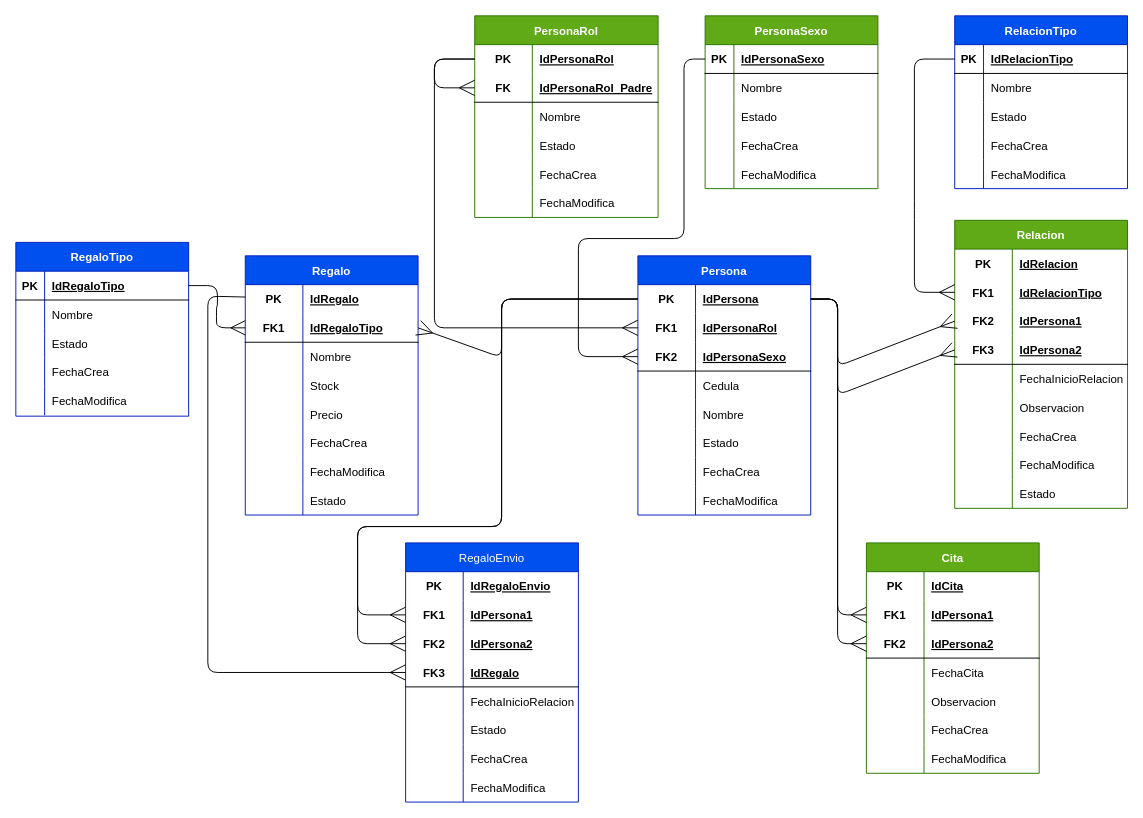
This is Grupo5_PoliTinder/design/Diagrama_database.drawio from EdisonV5329/Grupo5_CodeMasters, a draw.io file, before an edit. Source tidied: cells renumbered, new cells numbered last; positions are measured from the earlier drawing's top-left corner, leaving out a move shared by most shapes. Both pictures are drawn from the tidied source at 96%, with x=0, y=0 at pixel (15, 15).
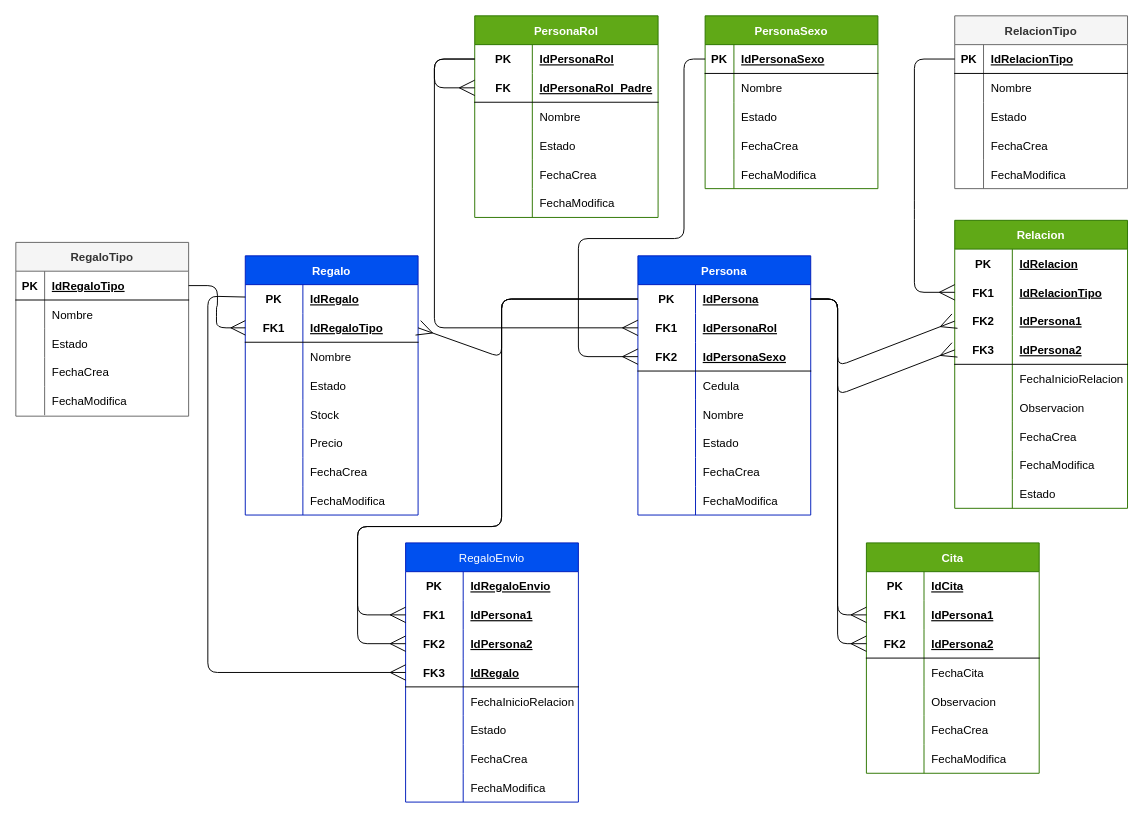
The same diagram, later.

Unchanged cells that the change refers to:
```xml
<mxCell id="28" style="shape=tableRow;horizontal=0;startSize=0;swimlaneHead=0;swimlaneBody=0;fillColor=none;top=0;left=0;right=0;bottom=0;strokeColor=#000000;fontColor=#000000;" parent="18" vertex="1">
  <mxGeometry y="120" width="180" height="30" as="geometry" />
</mxCell>
<mxCell id="31" style="shape=tableRow;horizontal=0;startSize=0;swimlaneHead=0;swimlaneBody=0;fillColor=none;top=0;left=0;right=0;bottom=0;strokeColor=#000000;fontColor=#000000;" parent="18" vertex="1">
  <mxGeometry y="150" width="180" height="30" as="geometry" />
</mxCell>
<mxCell id="34" style="shape=tableRow;horizontal=0;startSize=0;swimlaneHead=0;swimlaneBody=0;fillColor=none;top=0;left=0;right=0;bottom=0;strokeColor=#000000;fontColor=#000000;" parent="18" vertex="1">
  <mxGeometry y="180" width="180" height="30" as="geometry" />
</mxCell>
<mxCell id="37" style="shape=tableRow;horizontal=0;startSize=0;swimlaneHead=0;swimlaneBody=0;fillColor=none;top=0;left=0;right=0;bottom=0;strokeColor=#000000;fontColor=#000000;" parent="18" vertex="1">
  <mxGeometry y="210" width="180" height="30" as="geometry" />
</mxCell>
<mxCell id="40" style="shape=tableRow;horizontal=0;startSize=0;swimlaneHead=0;swimlaneBody=0;fillColor=none;top=0;left=0;right=0;bottom=0;strokeColor=#000000;fontColor=#000000;" parent="18" vertex="1">
  <mxGeometry y="240" width="180" height="30" as="geometry" />
</mxCell>
```

Diff of the diagram source:
```diff
@@
-    <mxCell id="2" value="RegaloTipo" style="shape=table;startSize=30;childLayout=tableLayout;rowLines=0;fontStyle=1;align=center;fillColor=#0050ef;strokeColor=#001DBC;fontColor=#ffffff;" parent="1" vertex="1">
+    <mxCell id="2" value="RegaloTipo" style="shape=table;startSize=30;childLayout=tableLayout;rowLines=0;fontStyle=1;align=center;fillColor=#f5f5f5;strokeColor=#666666;fontColor=#333333;" parent="1" vertex="1">
       <mxGeometry y="236" width="180" height="181" as="geometry" />
     </mxCell>
@@
-    <mxCell id="30" value="Stock" style="shape=partialRectangle;fillColor=none;top=0;left=0;bottom=0;right=0;align=left;spacingLeft=6;overflow=hidden;strokeColor=#000000;fontColor=#000000;" parent="28" vertex="1">
+    <mxCell id="30" value="Estado" style="shape=partialRectangle;fillColor=none;top=0;left=0;bottom=0;right=0;align=left;spacingLeft=6;overflow=hidden;strokeColor=#000000;fontColor=#000000;" parent="28" vertex="1">
       <mxGeometry x="60" width="120" height="30" as="geometry" />
     </mxCell>
@@
-    <mxCell id="33" value="Precio" style="shape=partialRectangle;fillColor=none;top=0;left=0;bottom=0;right=0;align=left;spacingLeft=6;overflow=hidden;strokeColor=#000000;fontColor=#000000;" parent="31" vertex="1">
+    <mxCell id="33" value="Stock" style="shape=partialRectangle;fillColor=none;top=0;left=0;bottom=0;right=0;align=left;spacingLeft=6;overflow=hidden;strokeColor=#000000;fontColor=#000000;" parent="31" vertex="1">
       <mxGeometry x="60" width="120" height="30" as="geometry" />
     </mxCell>
@@
-    <mxCell id="36" value="FechaCrea" style="shape=partialRectangle;fillColor=none;top=0;left=0;bottom=0;right=0;align=left;spacingLeft=6;overflow=hidden;strokeColor=#000000;fontColor=#000000;" parent="34" vertex="1">
+    <mxCell id="36" value="Precio" style="shape=partialRectangle;fillColor=none;top=0;left=0;bottom=0;right=0;align=left;spacingLeft=6;overflow=hidden;strokeColor=#000000;fontColor=#000000;" parent="34" vertex="1">
       <mxGeometry x="60" width="120" height="30" as="geometry" />
     </mxCell>
@@
-    <mxCell id="39" value="FechaModifica" style="shape=partialRectangle;fillColor=none;top=0;left=0;bottom=0;right=0;align=left;spacingLeft=6;overflow=hidden;strokeColor=#000000;fontColor=#000000;" parent="37" vertex="1">
+    <mxCell id="39" value="FechaCrea" style="shape=partialRectangle;fillColor=none;top=0;left=0;bottom=0;right=0;align=left;spacingLeft=6;overflow=hidden;strokeColor=#000000;fontColor=#000000;" parent="37" vertex="1">
       <mxGeometry x="60" width="120" height="30" as="geometry" />
     </mxCell>
@@
-    <mxCell id="42" value="Estado" style="shape=partialRectangle;fillColor=none;top=0;left=0;bottom=0;right=0;align=left;spacingLeft=6;overflow=hidden;strokeColor=#000000;fontColor=#000000;" parent="40" vertex="1">
+    <mxCell id="42" value="FechaModifica" style="shape=partialRectangle;fillColor=none;top=0;left=0;bottom=0;right=0;align=left;spacingLeft=6;overflow=hidden;strokeColor=#000000;fontColor=#000000;" parent="40" vertex="1">
       <mxGeometry x="60" width="120" height="30" as="geometry" />
     </mxCell>
@@
-    <mxCell id="80" value="RelacionTipo" style="shape=table;startSize=30;childLayout=tableLayout;rowLines=0;fontStyle=1;align=center;strokeColor=#001DBC;fontColor=#ffffff;fillColor=#0050ef;" parent="1" vertex="1">
+    <mxCell id="80" value="RelacionTipo" style="shape=table;startSize=30;childLayout=tableLayout;rowLines=0;fontStyle=1;align=center;strokeColor=#666666;fontColor=#333333;fillColor=#f5f5f5;" parent="1" vertex="1">
       <mxGeometry x="978" width="180" height="180" as="geometry" />
     </mxCell>
```
